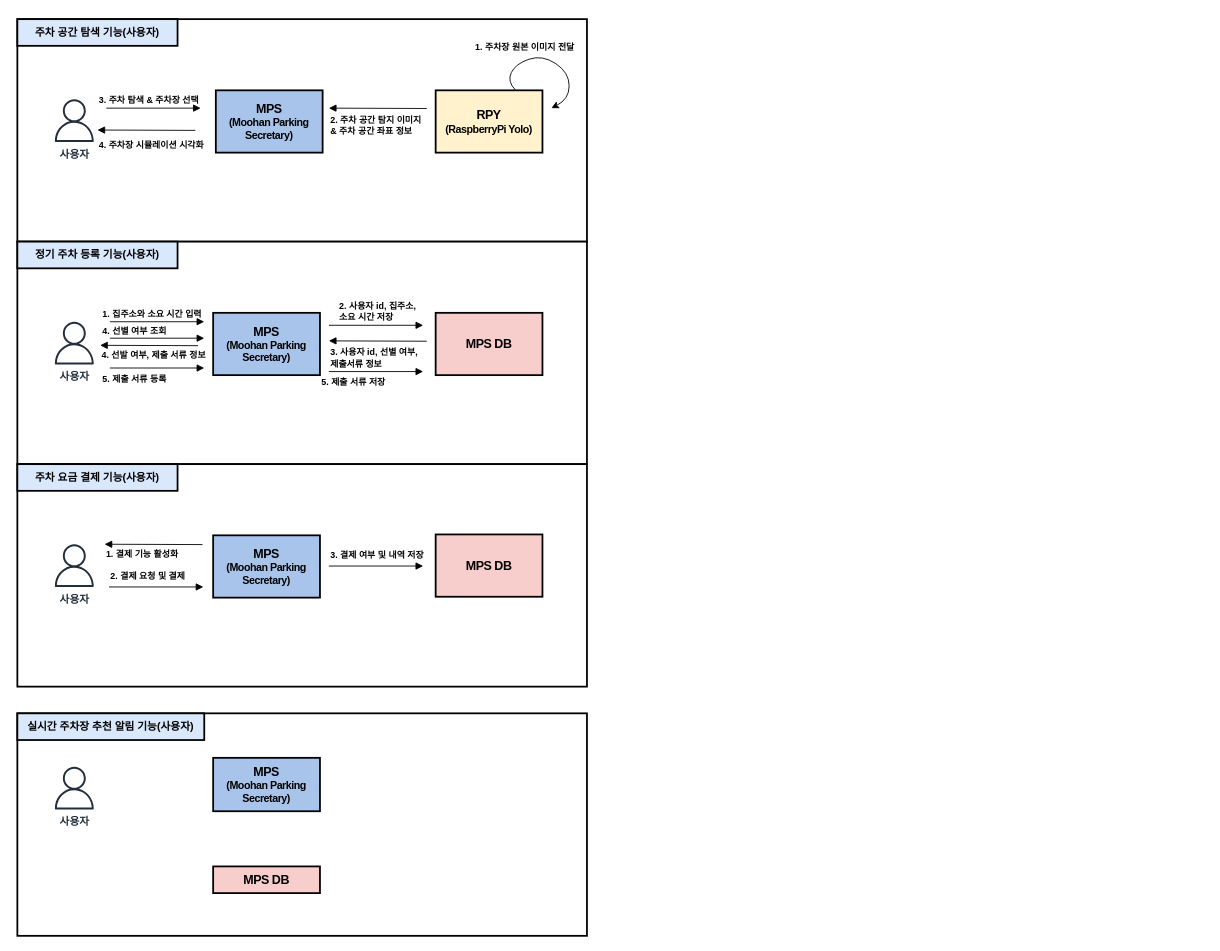
Above: page "유스케이스-1" (2 of 2) of 제목 없는 다이어그램.drawio in hyun10144/Lecture3-1 (draw.io), before the change. Source tidied: cells renumbered, new cells numbered last; positions are measured from the earlier drawing's top-left corner, leaving out a move shared by most shapes. Both pictures are drawn from the tidied source at 89%, with x=0, y=0 at pixel (17, 19).
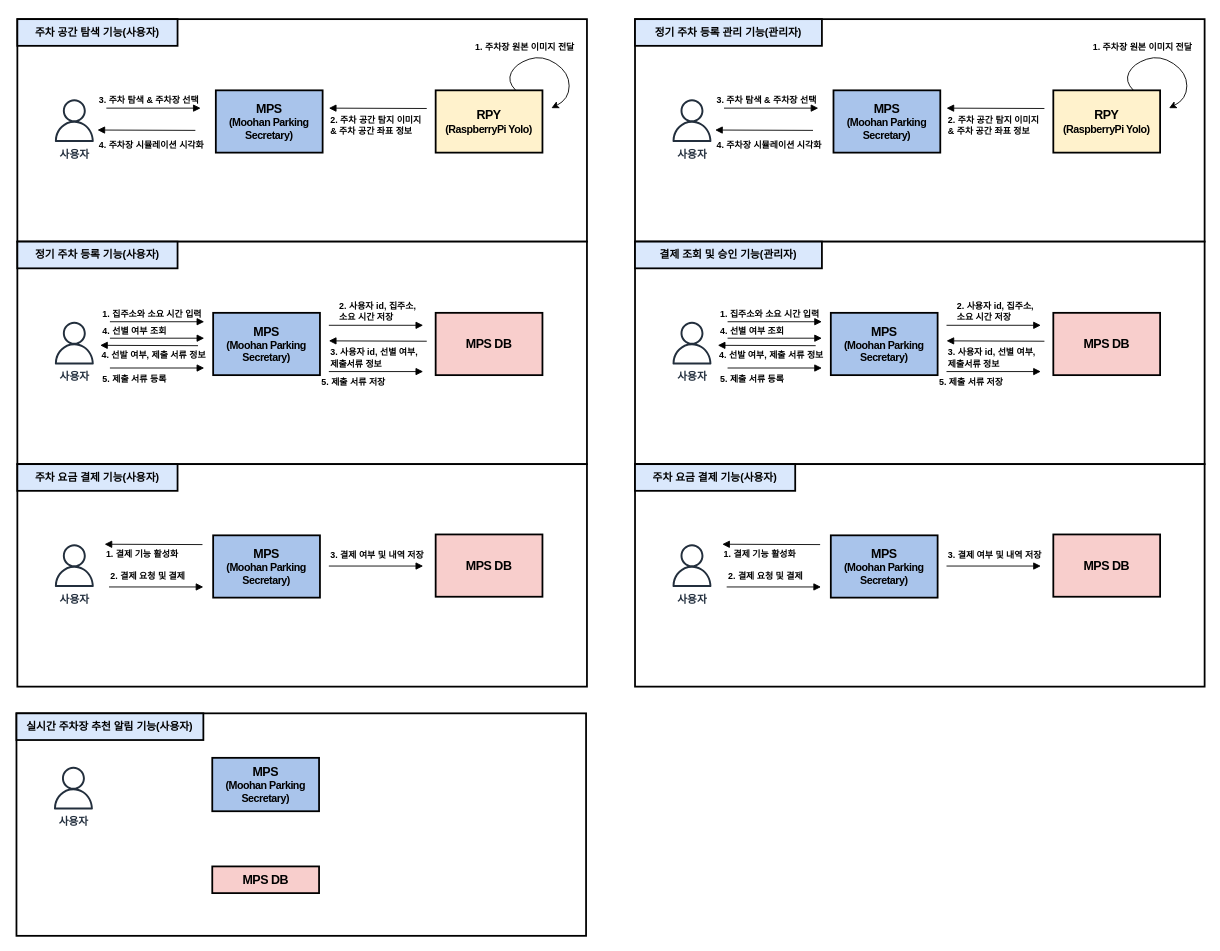
Above is the later version.

Commit message (it also covers changes not shown here):
제목 없는 다이어그램.drawio 업데이트

Change to the diagram source:
```diff
@@
     <mxCell id="11" style="rounded=0;whiteSpace=wrap;html=1;strokeWidth=2;" parent="1" vertex="1">
-      <mxGeometry y="780" width="640" height="250" as="geometry" />
+      <mxGeometry x="-1" y="780" width="640" height="250" as="geometry" />
     </mxCell>
     <mxCell id="12" value="&lt;p class=&quot;0&quot;&gt;&lt;span style=&quot;font-family: &amp;quot;맑은 고딕&amp;quot;;&quot;&gt;&lt;font style=&quot;font-size: 12px;&quot;&gt;&lt;b&gt;실시간 주차장 추천 알림 기능(사용자)&lt;/b&gt;&lt;/font&gt;&lt;/span&gt;&lt;/p&gt;&lt;div class=&quot;hwp_editor_board_content&quot; id=&quot;hwpEditorBoardContent&quot;&gt;&lt;/div&gt;" style="rounded=0;whiteSpace=wrap;html=1;strokeWidth=2;fillColor=#dae8fc;strokeColor=#000000;" parent="1" vertex="1">
-      <mxGeometry y="780" width="210" height="30" as="geometry" />
+      <mxGeometry x="-1" y="780" width="210" height="30" as="geometry" />
     </mxCell>
     <mxCell id="13" value="&lt;b&gt;사용자&lt;/b&gt;" style="sketch=0;fontColor=#232F3E;gradientColor=none;fillColor=#232F3D;strokeColor=none;dashed=0;verticalLabelPosition=bottom;verticalAlign=top;align=center;html=1;fontSize=12;fontStyle=0;shape=mxgraph.aws4.user;strokeWidth=1;" parent="1" vertex="1">
-      <mxGeometry x="40" y="840" width="48" height="48" as="geometry" />
+      <mxGeometry x="39" y="840" width="48" height="48" as="geometry" />
     </mxCell>
@@
     <mxCell id="21" value="&lt;p style=&quot;mso-pagination:none;text-autospace:none;mso-padding-alt:0pt 0pt 0pt 0pt;&quot; class=&quot;0&quot;&gt;&lt;b&gt;&lt;span style=&quot;font-family: &amp;quot;맑은 고딕&amp;quot;; letter-spacing: -0.4pt;&quot; lang=&quot;EN-US&quot;&gt;&lt;span style=&quot;font-size: 14px;&quot;&gt;MPS&lt;/span&gt;&lt;span style=&quot;font-size: 14px;&quot;&gt;&lt;br&gt;&lt;/span&gt;&lt;/span&gt;&lt;span style=&quot;font-family: &amp;quot;맑은 고딕&amp;quot;; letter-spacing: -0.4pt; background-color: initial;&quot;&gt;(Moohan Parking Secretary)&lt;/span&gt;&lt;/b&gt;&lt;/p&gt;&lt;div class=&quot;hwp_editor_board_content&quot; id=&quot;hwpEditorBoardContent&quot;&gt;&lt;/div&gt;" style="rounded=0;whiteSpace=wrap;html=1;strokeWidth=2;fillColor=#A9C4EB;strokeColor=#000000;" parent="1" vertex="1">
-      <mxGeometry x="220" y="830" width="120" height="60" as="geometry" />
+      <mxGeometry x="219" y="830" width="120" height="60" as="geometry" />
     </mxCell>
     <mxCell id="22" value="&lt;p style=&quot;mso-pagination:none;text-autospace:none;mso-padding-alt:0pt 0pt 0pt 0pt;&quot; class=&quot;0&quot;&gt;&lt;b&gt;&lt;span style=&quot;font-family: &amp;quot;맑은 고딕&amp;quot;; letter-spacing: -0.4pt;&quot; lang=&quot;EN-US&quot;&gt;&lt;span style=&quot;font-size: 14px;&quot;&gt;MPS DB&lt;/span&gt;&lt;/span&gt;&lt;br&gt;&lt;/b&gt;&lt;/p&gt;&lt;div class=&quot;hwp_editor_board_content&quot; id=&quot;hwpEditorBoardContent&quot;&gt;&lt;/div&gt;" style="rounded=0;whiteSpace=wrap;html=1;strokeWidth=2;fillColor=#f8cecc;strokeColor=#000000;" parent="1" vertex="1">
-      <mxGeometry x="220" y="952" width="120" height="30" as="geometry" />
+      <mxGeometry x="219" y="952" width="120" height="30" as="geometry" />
     </mxCell>
@@
+    <mxCell id="37" style="rounded=0;whiteSpace=wrap;html=1;strokeWidth=2;strokeColor=#000000;" parent="1" vertex="1">
+      <mxGeometry x="694" width="640" height="250" as="geometry" />
+    </mxCell>
+    <mxCell id="38" value="&lt;p class=&quot;0&quot;&gt;&lt;span style=&quot;font-family: &amp;quot;맑은 고딕&amp;quot;;&quot;&gt;&lt;font style=&quot;font-size: 12px;&quot;&gt;&lt;b&gt;정기 주차 등록 관리 기능(관리자)&lt;/b&gt;&lt;/font&gt;&lt;/span&gt;&lt;/p&gt;&lt;div class=&quot;hwp_editor_board_content&quot; id=&quot;hwpEditorBoardContent&quot;&gt;&lt;/div&gt;" style="rounded=0;whiteSpace=wrap;html=1;strokeWidth=2;fillColor=#dae8fc;strokeColor=#000000;" parent="1" vertex="1">
+      <mxGeometry x="694" width="210" height="30" as="geometry" />
+    </mxCell>
+    <mxCell id="39" value="&lt;b&gt;사용자&lt;/b&gt;" style="sketch=0;fontColor=#232F3E;gradientColor=none;fillColor=#232F3D;strokeColor=none;dashed=0;verticalLabelPosition=bottom;verticalAlign=top;align=center;html=1;fontSize=12;fontStyle=0;shape=mxgraph.aws4.user;strokeWidth=1;" parent="1" vertex="1">
+      <mxGeometry x="734" y="90" width="48" height="48" as="geometry" />
+    </mxCell>
+    <mxCell id="40" style="rounded=0;whiteSpace=wrap;html=1;strokeWidth=2;strokeColor=#000000;" parent="1" vertex="1">
+      <mxGeometry x="694" y="250" width="640" height="250" as="geometry" />
+    </mxCell>
+    <mxCell id="41" value="&lt;p class=&quot;0&quot;&gt;&lt;span style=&quot;font-family: &amp;quot;맑은 고딕&amp;quot;;&quot;&gt;&lt;font style=&quot;font-size: 12px;&quot;&gt;&lt;b&gt;결제 조회 및 승인 기능(관리자)&lt;/b&gt;&lt;/font&gt;&lt;/span&gt;&lt;/p&gt;&lt;div class=&quot;hwp_editor_board_content&quot; id=&quot;hwpEditorBoardContent&quot;&gt;&lt;/div&gt;" style="rounded=0;whiteSpace=wrap;html=1;strokeWidth=2;fillColor=#dae8fc;strokeColor=#000000;" parent="1" vertex="1">
+      <mxGeometry x="694" y="250" width="210" height="30" as="geometry" />
+    </mxCell>
+    <mxCell id="42" value="&lt;b&gt;사용자&lt;/b&gt;" style="sketch=0;fontColor=#232F3E;gradientColor=none;fillColor=#232F3D;strokeColor=none;dashed=0;verticalLabelPosition=bottom;verticalAlign=top;align=center;html=1;fontSize=12;fontStyle=0;shape=mxgraph.aws4.user;strokeWidth=1;" parent="1" vertex="1">
+      <mxGeometry x="734" y="340" width="48" height="48" as="geometry" />
+    </mxCell>
+    <mxCell id="43" style="rounded=0;whiteSpace=wrap;html=1;strokeWidth=2;" parent="1" vertex="1">
+      <mxGeometry x="694" y="500" width="640" height="250" as="geometry" />
+    </mxCell>
+    <mxCell id="44" value="&lt;p class=&quot;0&quot;&gt;&lt;span style=&quot;font-family: &amp;quot;맑은 고딕&amp;quot;;&quot;&gt;&lt;font style=&quot;font-size: 12px;&quot;&gt;&lt;b&gt;주차 요금 결제 기능(사용자)&lt;/b&gt;&lt;/font&gt;&lt;/span&gt;&lt;/p&gt;&lt;div class=&quot;hwp_editor_board_content&quot; id=&quot;hwpEditorBoardContent&quot;&gt;&lt;/div&gt;" style="rounded=0;whiteSpace=wrap;html=1;strokeWidth=2;fillColor=#dae8fc;strokeColor=#000000;" parent="1" vertex="1">
+      <mxGeometry x="694" y="500" width="180" height="30" as="geometry" />
+    </mxCell>
+    <mxCell id="45" value="&lt;b&gt;사용자&lt;/b&gt;" style="sketch=0;fontColor=#232F3E;gradientColor=none;fillColor=#232F3D;strokeColor=none;dashed=0;verticalLabelPosition=bottom;verticalAlign=top;align=center;html=1;fontSize=12;fontStyle=0;shape=mxgraph.aws4.user;strokeWidth=1;" parent="1" vertex="1">
+      <mxGeometry x="734" y="590" width="48" height="48" as="geometry" />
+    </mxCell>
+    <mxCell id="46" value="&lt;p style=&quot;mso-pagination:none;text-autospace:none;mso-padding-alt:0pt 0pt 0pt 0pt;&quot; class=&quot;0&quot;&gt;&lt;b&gt;&lt;span style=&quot;font-family: &amp;quot;맑은 고딕&amp;quot;; letter-spacing: -0.4pt;&quot; lang=&quot;EN-US&quot;&gt;&lt;span style=&quot;font-size: 14px;&quot;&gt;MPS&lt;/span&gt;&lt;span style=&quot;font-size: 14px;&quot;&gt;&lt;br&gt;&lt;/span&gt;&lt;/span&gt;&lt;span style=&quot;font-family: &amp;quot;맑은 고딕&amp;quot;; letter-spacing: -0.4pt; background-color: initial;&quot;&gt;(Moohan Parking Secretary)&lt;/span&gt;&lt;/b&gt;&lt;/p&gt;&lt;div class=&quot;hwp_editor_board_content&quot; id=&quot;hwpEditorBoardContent&quot;&gt;&lt;/div&gt;" style="rounded=0;whiteSpace=wrap;html=1;strokeWidth=2;fillColor=#A9C4EB;strokeColor=#000000;" parent="1" vertex="1">
+      <mxGeometry x="917" y="80" width="120" height="70" as="geometry" />
+    </mxCell>
+    <mxCell id="47" value="&lt;p style=&quot;mso-pagination:none;text-autospace:none;mso-padding-alt:0pt 0pt 0pt 0pt;&quot; class=&quot;0&quot;&gt;&lt;span style=&quot;font-family: &amp;quot;맑은 고딕&amp;quot;; letter-spacing: -0.4pt; background-color: initial;&quot;&gt;&lt;b&gt;&lt;font style=&quot;font-size: 14px;&quot;&gt;RPY&lt;/font&gt;&lt;br&gt;&lt;font style=&quot;font-size: 12px;&quot;&gt;(RaspberryPi Yolo)&lt;/font&gt;&lt;/b&gt;&lt;/span&gt;&lt;/p&gt;&lt;div class=&quot;hwp_editor_board_content&quot; id=&quot;hwpEditorBoardContent&quot;&gt;&lt;/div&gt;" style="rounded=0;whiteSpace=wrap;html=1;strokeWidth=2;fillColor=#fff2cc;strokeColor=#000000;" parent="1" vertex="1">
+      <mxGeometry x="1164" y="80" width="120" height="70" as="geometry" />
+    </mxCell>
+    <mxCell id="48" value="&lt;p style=&quot;mso-pagination:none;text-autospace:none;mso-padding-alt:0pt 0pt 0pt 0pt;&quot; class=&quot;0&quot;&gt;&lt;b&gt;&lt;span style=&quot;font-family: &amp;quot;맑은 고딕&amp;quot;; letter-spacing: -0.4pt;&quot; lang=&quot;EN-US&quot;&gt;&lt;span style=&quot;font-size: 14px;&quot;&gt;MPS&lt;/span&gt;&lt;span style=&quot;font-size: 14px;&quot;&gt;&lt;br&gt;&lt;/span&gt;&lt;/span&gt;&lt;span style=&quot;font-family: &amp;quot;맑은 고딕&amp;quot;; letter-spacing: -0.4pt; background-color: initial;&quot;&gt;(Moohan Parking Secretary)&lt;/span&gt;&lt;/b&gt;&lt;/p&gt;&lt;div class=&quot;hwp_editor_board_content&quot; id=&quot;hwpEditorBoardContent&quot;&gt;&lt;/div&gt;" style="rounded=0;whiteSpace=wrap;html=1;strokeWidth=2;fillColor=#A9C4EB;strokeColor=#000000;" parent="1" vertex="1">
+      <mxGeometry x="914" y="330" width="120" height="70" as="geometry" />
+    </mxCell>
+    <mxCell id="49" value="&lt;p style=&quot;mso-pagination:none;text-autospace:none;mso-padding-alt:0pt 0pt 0pt 0pt;&quot; class=&quot;0&quot;&gt;&lt;b&gt;&lt;span style=&quot;font-family: &amp;quot;맑은 고딕&amp;quot;; letter-spacing: -0.4pt;&quot; lang=&quot;EN-US&quot;&gt;&lt;span style=&quot;font-size: 14px;&quot;&gt;MPS&lt;/span&gt;&lt;span style=&quot;font-size: 14px;&quot;&gt;&lt;br&gt;&lt;/span&gt;&lt;/span&gt;&lt;span style=&quot;font-family: &amp;quot;맑은 고딕&amp;quot;; letter-spacing: -0.4pt; background-color: initial;&quot;&gt;(Moohan Parking Secretary)&lt;/span&gt;&lt;/b&gt;&lt;/p&gt;&lt;div class=&quot;hwp_editor_board_content&quot; id=&quot;hwpEditorBoardContent&quot;&gt;&lt;/div&gt;" style="rounded=0;whiteSpace=wrap;html=1;strokeWidth=2;fillColor=#A9C4EB;strokeColor=#000000;" parent="1" vertex="1">
+      <mxGeometry x="914" y="580" width="120" height="70" as="geometry" />
+    </mxCell>
+    <mxCell id="50" value="&lt;p style=&quot;mso-pagination:none;text-autospace:none;mso-padding-alt:0pt 0pt 0pt 0pt;&quot; class=&quot;0&quot;&gt;&lt;b&gt;&lt;span style=&quot;font-family: &amp;quot;맑은 고딕&amp;quot;; letter-spacing: -0.4pt;&quot; lang=&quot;EN-US&quot;&gt;&lt;span style=&quot;font-size: 14px;&quot;&gt;MPS DB&lt;/span&gt;&lt;/span&gt;&lt;br&gt;&lt;/b&gt;&lt;/p&gt;&lt;div class=&quot;hwp_editor_board_content&quot; id=&quot;hwpEditorBoardContent&quot;&gt;&lt;/div&gt;" style="rounded=0;whiteSpace=wrap;html=1;strokeWidth=2;fillColor=#f8cecc;strokeColor=#000000;" parent="1" vertex="1">
+      <mxGeometry x="1164" y="330" width="120" height="70" as="geometry" />
+    </mxCell>
+    <mxCell id="51" value="&lt;font style=&quot;font-size: 10px;&quot;&gt;&lt;b&gt;3. 주차 탐색 &amp;amp; 주차장 선택&lt;/b&gt;&lt;/font&gt;" style="html=1;verticalAlign=bottom;labelBackgroundColor=none;endArrow=block;endFill=1;endSize=6;align=left;rounded=0;" parent="1" edge="1">
+      <mxGeometry x="-1" y="-10" relative="1" as="geometry">
+        <mxPoint x="794" y="100" as="sourcePoint" />
+        <mxPoint x="900" y="100" as="targetPoint" />
+        <mxPoint x="-10" y="-10" as="offset" />
+      </mxGeometry>
+    </mxCell>
+    <mxCell id="52" value="&lt;font style=&quot;font-size: 10px;&quot;&gt;&lt;b&gt;2. 주차 공간 탐지 이미지&amp;nbsp;&lt;/b&gt;&lt;/font&gt;&lt;div&gt;&lt;font style=&quot;font-size: 10px;&quot;&gt;&lt;b&gt;&amp;amp; 주차 공간 좌표 정보&lt;/b&gt;&lt;/font&gt;&lt;/div&gt;" style="html=1;verticalAlign=bottom;labelBackgroundColor=none;endArrow=none;endFill=0;endSize=6;align=left;rounded=0;startArrow=block;startFill=1;" parent="1" edge="1">
+      <mxGeometry x="-1" y="-35" relative="1" as="geometry">
+        <mxPoint x="1044" y="100" as="sourcePoint" />
+        <mxPoint x="1154" y="100.4" as="targetPoint" />
+      </mxGeometry>
+    </mxCell>
+    <mxCell id="53" value="&lt;span style=&quot;font-size: 10px;&quot;&gt;&lt;b&gt;4. 주차장 시뮬레이션 시각화&lt;/b&gt;&lt;/span&gt;" style="html=1;verticalAlign=bottom;labelBackgroundColor=none;endArrow=none;endFill=0;endSize=6;align=left;rounded=0;startArrow=block;startFill=1;" parent="1" edge="1">
+      <mxGeometry x="-1" y="-25" relative="1" as="geometry">
+        <mxPoint x="784" y="124.6" as="sourcePoint" />
+        <mxPoint x="894" y="125" as="targetPoint" />
+      </mxGeometry>
+    </mxCell>
+    <mxCell id="54" style="curved=1;endArrow=classic;html=1;rounded=0;" parent="1" edge="1">
+      <mxGeometry relative="1" as="geometry">
+        <mxPoint x="1254" y="80" as="sourcePoint" />
+        <mxPoint x="1294" y="100" as="targetPoint" />
+        <Array as="points">
+          <mxPoint x="1244" y="70" />
+          <mxPoint x="1254" y="50" />
+          <mxPoint x="1284" y="40" />
+          <mxPoint x="1314" y="60" />
+          <mxPoint x="1314" y="90" />
+        </Array>
+      </mxGeometry>
+    </mxCell>
+    <mxCell id="55" value="&lt;b&gt;&lt;font style=&quot;font-size: 10px;&quot;&gt;1. 주차장 원본 이미지 전달&lt;/font&gt;&lt;/b&gt;" style="edgeLabel;html=1;align=center;verticalAlign=middle;" parent="54" vertex="1">
+      <mxGeometry x="0.05" y="3" relative="1" as="geometry">
+        <mxPoint x="-34" y="-15" as="offset" />
+      </mxGeometry>
+    </mxCell>
+    <mxCell id="56" value="&lt;b&gt;&lt;font style=&quot;font-size: 10px;&quot;&gt;1. 집주소와 소요 시간 입력&lt;/font&gt;&lt;/b&gt;" style="html=1;verticalAlign=bottom;labelBackgroundColor=none;endArrow=block;endFill=1;endSize=6;align=left;rounded=0;" parent="1" edge="1">
+      <mxGeometry x="-1" y="-10" relative="1" as="geometry">
+        <mxPoint x="798" y="340" as="sourcePoint" />
+        <mxPoint x="904" y="340" as="targetPoint" />
+        <mxPoint x="-10" y="-10" as="offset" />
+      </mxGeometry>
+    </mxCell>
+    <mxCell id="57" value="&lt;span style=&quot;font-size: 10px;&quot;&gt;&lt;b&gt;4. 선별 여부 조회&lt;/b&gt;&lt;/span&gt;" style="html=1;verticalAlign=bottom;labelBackgroundColor=none;endArrow=block;endFill=1;endSize=6;align=left;rounded=0;" parent="1" edge="1">
+      <mxGeometry x="-1" y="-10" relative="1" as="geometry">
+        <mxPoint x="798" y="358.5" as="sourcePoint" />
+        <mxPoint x="904" y="358.5" as="targetPoint" />
+        <mxPoint x="-10" y="-10" as="offset" />
+      </mxGeometry>
+    </mxCell>
+    <mxCell id="58" value="&lt;b&gt;&lt;font style=&quot;font-size: 10px;&quot;&gt;2. 사용자 id, 집주소, &lt;br&gt;소요 시간 저장&lt;/font&gt;&lt;/b&gt;" style="html=1;verticalAlign=bottom;labelBackgroundColor=none;endArrow=block;endFill=1;endSize=6;align=left;rounded=0;" parent="1" edge="1">
+      <mxGeometry x="-0.81" relative="1" as="geometry">
+        <mxPoint x="1044" y="344" as="sourcePoint" />
+        <mxPoint x="1150" y="344" as="targetPoint" />
+      </mxGeometry>
+    </mxCell>
+    <mxCell id="59" value="&lt;div&gt;&lt;font style=&quot;font-size: 10px;&quot;&gt;&lt;b&gt;3. 사용자 id, 선별 여부,&amp;nbsp; &lt;br&gt;제출서류 정보&lt;/b&gt;&lt;/font&gt;&lt;/div&gt;" style="html=1;verticalAlign=bottom;labelBackgroundColor=none;endArrow=none;endFill=0;endSize=6;align=left;rounded=0;startArrow=block;startFill=1;" parent="1" edge="1">
+      <mxGeometry x="-1" y="-35" relative="1" as="geometry">
+        <mxPoint x="1044" y="361.5" as="sourcePoint" />
+        <mxPoint x="1154" y="361.9" as="targetPoint" />
+      </mxGeometry>
+    </mxCell>
+    <mxCell id="60" value="&lt;span style=&quot;font-size: 10px;&quot;&gt;&lt;b&gt;5. 제출 서류 등록&lt;/b&gt;&lt;/span&gt;" style="html=1;verticalAlign=bottom;labelBackgroundColor=none;endArrow=block;endFill=1;endSize=6;align=left;rounded=0;" parent="1" edge="1">
+      <mxGeometry x="-1" y="-23" relative="1" as="geometry">
+        <mxPoint x="798" y="392" as="sourcePoint" />
+        <mxPoint x="904" y="392" as="targetPoint" />
+        <mxPoint x="-10" y="-2" as="offset" />
+      </mxGeometry>
+    </mxCell>
+    <mxCell id="61" value="&lt;div&gt;&lt;span style=&quot;font-size: 10px;&quot;&gt;&lt;b&gt;4. 선발 여부, 제출 서류 정보&lt;/b&gt;&lt;/span&gt;&lt;/div&gt;" style="html=1;verticalAlign=bottom;labelBackgroundColor=none;endArrow=none;endFill=0;endSize=6;align=left;rounded=0;startArrow=block;startFill=1;" parent="1" edge="1">
+      <mxGeometry x="-1" y="-20" relative="1" as="geometry">
+        <mxPoint x="787" y="366.5" as="sourcePoint" />
+        <mxPoint x="897" y="366.9" as="targetPoint" />
+      </mxGeometry>
+    </mxCell>
+    <mxCell id="62" value="&lt;span style=&quot;font-size: 10px;&quot;&gt;&lt;b&gt;5. 제출 서류 저장&lt;/b&gt;&lt;/span&gt;" style="html=1;verticalAlign=bottom;labelBackgroundColor=none;endArrow=block;endFill=1;endSize=6;align=left;rounded=0;" parent="1" edge="1">
+      <mxGeometry x="-1" y="-23" relative="1" as="geometry">
+        <mxPoint x="1044" y="396" as="sourcePoint" />
+        <mxPoint x="1150" y="396" as="targetPoint" />
+        <mxPoint x="-10" y="-2" as="offset" />
+      </mxGeometry>
+    </mxCell>
+    <mxCell id="63" value="&lt;p style=&quot;mso-pagination:none;text-autospace:none;mso-padding-alt:0pt 0pt 0pt 0pt;&quot; class=&quot;0&quot;&gt;&lt;b&gt;&lt;span style=&quot;font-family: &amp;quot;맑은 고딕&amp;quot;; letter-spacing: -0.4pt;&quot; lang=&quot;EN-US&quot;&gt;&lt;span style=&quot;font-size: 14px;&quot;&gt;MPS DB&lt;/span&gt;&lt;/span&gt;&lt;br&gt;&lt;/b&gt;&lt;/p&gt;&lt;div class=&quot;hwp_editor_board_content&quot; id=&quot;hwpEditorBoardContent&quot;&gt;&lt;/div&gt;" style="rounded=0;whiteSpace=wrap;html=1;strokeWidth=2;fillColor=#f8cecc;strokeColor=#000000;" parent="1" vertex="1">
+      <mxGeometry x="1164" y="579" width="120" height="70" as="geometry" />
+    </mxCell>
+    <mxCell id="64" value="&lt;b&gt;&lt;font style=&quot;font-size: 10px;&quot;&gt;2. 결제 요청 및 결제&lt;/font&gt;&lt;/b&gt;" style="html=1;verticalAlign=bottom;labelBackgroundColor=none;endArrow=block;endFill=1;endSize=6;align=left;rounded=0;" parent="1" edge="1">
+      <mxGeometry x="-1" y="5" relative="1" as="geometry">
+        <mxPoint x="797" y="638" as="sourcePoint" />
+        <mxPoint x="903" y="638" as="targetPoint" />
+        <mxPoint y="1" as="offset" />
+      </mxGeometry>
+    </mxCell>
+    <mxCell id="65" value="&lt;div&gt;&lt;span style=&quot;font-size: 10px;&quot;&gt;&lt;b&gt;1. 결제 기능 활성화&lt;/b&gt;&lt;/span&gt;&lt;/div&gt;" style="html=1;verticalAlign=bottom;labelBackgroundColor=none;endArrow=none;endFill=0;endSize=6;align=left;rounded=0;startArrow=block;startFill=1;" parent="1" edge="1">
+      <mxGeometry x="-1" y="-20" relative="1" as="geometry">
+        <mxPoint x="792" y="590" as="sourcePoint" />
+        <mxPoint x="902" y="590.4" as="targetPoint" />
+      </mxGeometry>
+    </mxCell>
+    <mxCell id="66" value="&lt;b&gt;&lt;font style=&quot;font-size: 10px;&quot;&gt;3. 결제 여부 및 내역 저장&lt;/font&gt;&lt;/b&gt;" style="html=1;verticalAlign=bottom;labelBackgroundColor=none;endArrow=block;endFill=1;endSize=6;align=left;rounded=0;" parent="1" edge="1">
+      <mxGeometry x="-1" y="5" relative="1" as="geometry">
+        <mxPoint x="1044" y="614.5" as="sourcePoint" />
+        <mxPoint x="1150" y="614.5" as="targetPoint" />
+        <mxPoint y="1" as="offset" />
+      </mxGeometry>
+    </mxCell>
```
